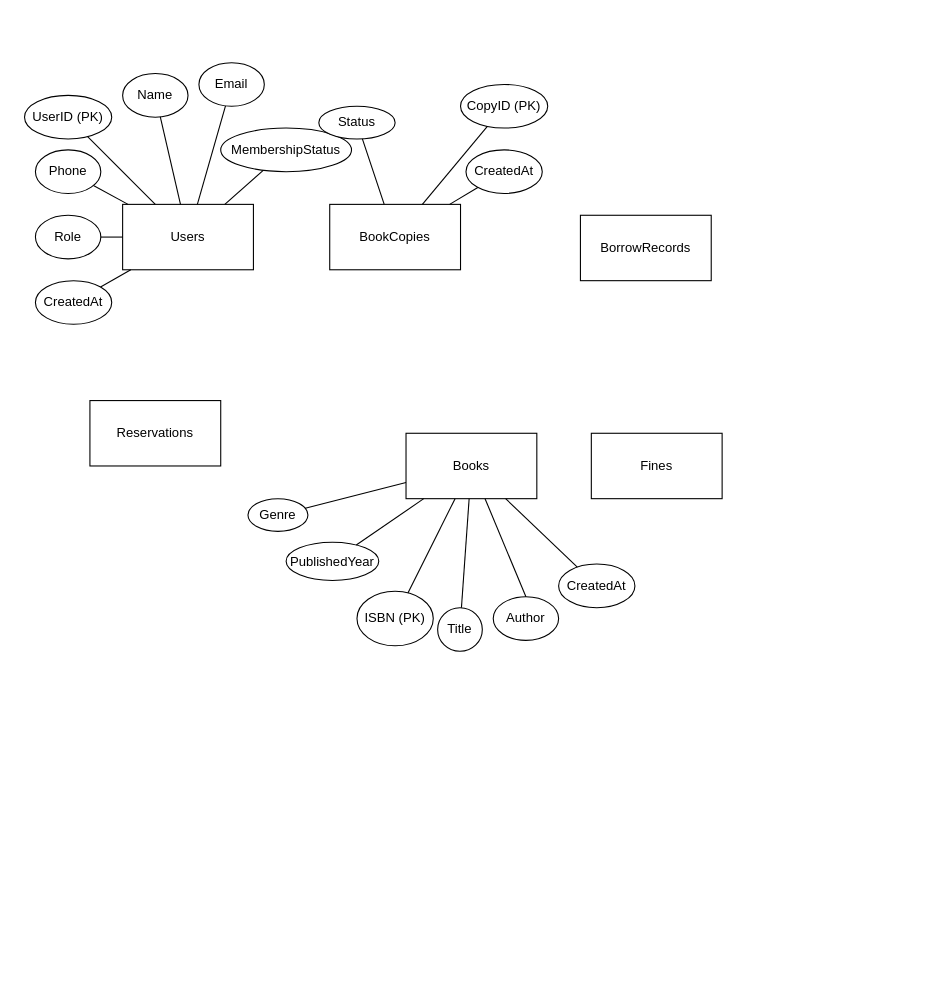
Before: Biểu đồ không có tiêu đề.drawio in nta105/nta105.github.io, a draw.io diagram. Source tidied: cells renumbered, new cells numbered last; positions are measured from the earlier drawing's top-left corner, leaving out a move shared by most shapes. Both pictures are drawn from the tidied source at 109%, with x=0, y=0 at pixel (24, 62).
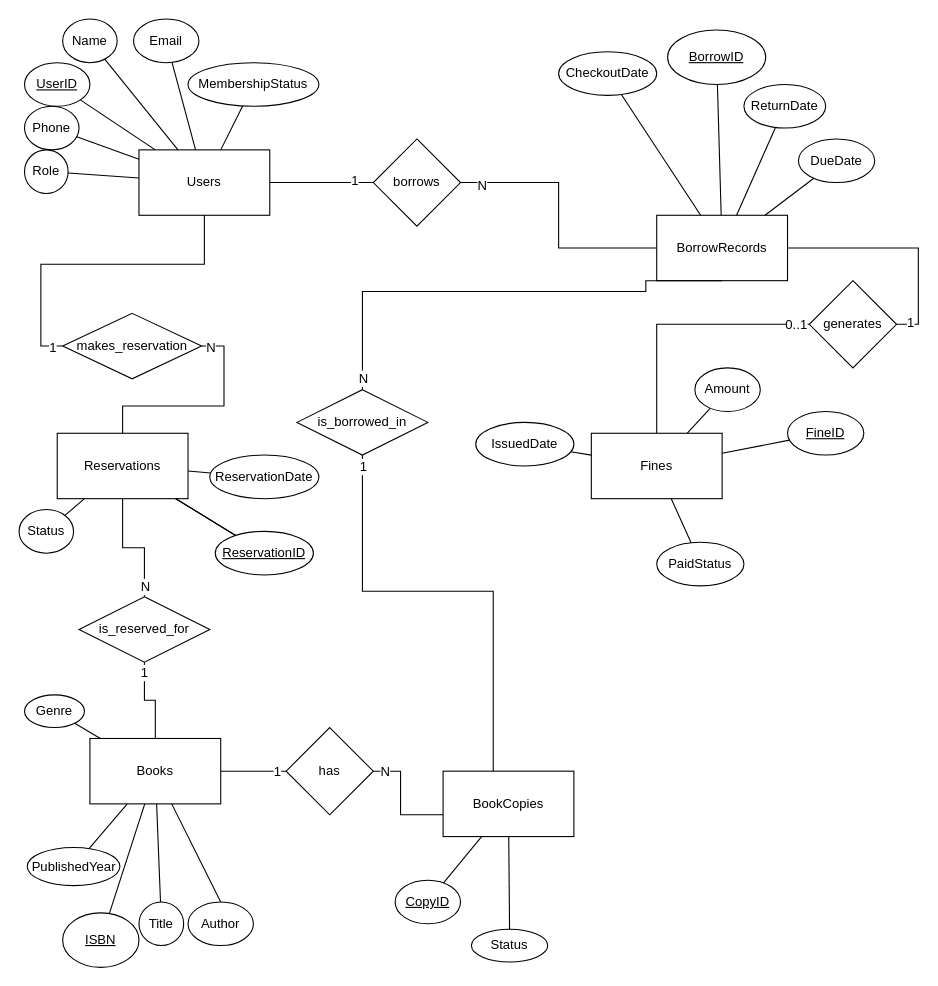
After the change.

Commit message (it also covers changes not shown here):
Cập nhật Biểu đồ không có tiêu đề.drawio

The change refers to these unchanged cells:
```xml
<mxCell id="7" value="Fines" style="rounded=0;whiteSpace=wrap;html=1;" parent="1" vertex="1">
  <mxGeometry x="520" y="340" width="120" height="60" as="geometry" />
</mxCell>
```

Diff of the diagram source:
```diff
@@
+    <mxCell id="40" style="edgeStyle=none;shape=connector;rounded=0;jettySize=auto;html=1;strokeColor=default;align=center;verticalAlign=middle;fontFamily=Helvetica;fontSize=12;fontColor=default;labelBackgroundColor=default;startFill=0;endArrow=none;" parent="1" edge="1" source="2" target="78">
+      <mxGeometry relative="1" as="geometry" />
+    </mxCell>
+    <mxCell id="41" value="1" style="edgeLabel;html=1;align=center;verticalAlign=middle;strokeColor=default;fontFamily=Helvetica;fontSize=12;fontColor=default;fillColor=default;" parent="40" vertex="1">
+      <mxGeometry x="0.62" y="2" relative="1" as="geometry" />
+    </mxCell>
     <mxCell id="2" value="Users" style="rounded=0;whiteSpace=wrap;html=1;" parent="1" vertex="1">
-      <mxGeometry x="90" y="130" width="120" height="60" as="geometry" />
+      <mxGeometry x="105" y="80" width="120" height="60" as="geometry" />
     </mxCell>
+    <mxCell id="42" style="edgeStyle=orthogonalEdgeStyle;shape=connector;rounded=0;jettySize=auto;html=1;strokeColor=default;align=center;verticalAlign=middle;fontFamily=Helvetica;fontSize=12;fontColor=default;labelBackgroundColor=default;startFill=0;endArrow=none;" parent="1" edge="1" source="3" target="75">
+      <mxGeometry relative="1" as="geometry">
+        <Array as="points">
+          <mxPoint x="230" y="650" />
+          <mxPoint x="230" y="650" />
+        </Array>
+      </mxGeometry>
+    </mxCell>
+    <mxCell id="43" value="1" style="edgeLabel;html=1;align=center;verticalAlign=middle;strokeColor=default;fontFamily=Helvetica;fontSize=12;fontColor=default;fillColor=default;" parent="42" vertex="1">
+      <mxGeometry x="0.7" relative="1" as="geometry" />
+    </mxCell>
     <mxCell id="3" value="Books" style="rounded=0;whiteSpace=wrap;html=1;" parent="1" vertex="1">
-      <mxGeometry x="350" y="340" width="120" height="60" as="geometry" />
+      <mxGeometry x="60" y="620" width="120" height="60" as="geometry" />
     </mxCell>
+    <mxCell id="44" style="edgeStyle=orthogonalEdgeStyle;shape=connector;rounded=0;jettySize=auto;html=1;strokeColor=default;align=center;verticalAlign=middle;fontFamily=Helvetica;fontSize=12;fontColor=default;labelBackgroundColor=default;startFill=0;endArrow=none;" parent="1" edge="1" source="4" target="81">
+      <mxGeometry relative="1" as="geometry">
+        <Array as="points">
+          <mxPoint x="430" y="485" />
+          <mxPoint x="310" y="485" />
+        </Array>
+      </mxGeometry>
+    </mxCell>
+    <mxCell id="45" value="1" style="edgeLabel;html=1;align=center;verticalAlign=middle;strokeColor=default;fontFamily=Helvetica;fontSize=12;fontColor=default;fillColor=default;" parent="44" vertex="1">
+      <mxGeometry x="0.95" y="-1" relative="1" as="geometry">
+        <mxPoint x="-1" as="offset" />
+      </mxGeometry>
+    </mxCell>
     <mxCell id="4" value="BookCopies" style="rounded=0;whiteSpace=wrap;html=1;" parent="1" vertex="1">
-      <mxGeometry x="280" y="130" width="120" height="60" as="geometry" />
+      <mxGeometry x="384" y="650" width="120" height="60" as="geometry" />
     </mxCell>
+    <mxCell id="46" style="edgeStyle=orthogonalEdgeStyle;shape=connector;rounded=0;jettySize=auto;html=1;strokeColor=default;align=center;verticalAlign=middle;fontFamily=Helvetica;fontSize=12;fontColor=default;labelBackgroundColor=default;startFill=0;endArrow=none;entryX=1;entryY=0.5;entryDx=0;entryDy=0;" parent="1" edge="1" source="5" target="92">
+      <mxGeometry relative="1" as="geometry">
+        <Array as="points">
+          <mxPoint x="820" y="170" />
+          <mxPoint x="820" y="240" />
+        </Array>
+      </mxGeometry>
+    </mxCell>
+    <mxCell id="47" value="1" style="edgeLabel;html=1;align=center;verticalAlign=middle;strokeColor=default;fontFamily=Helvetica;fontSize=12;fontColor=default;labelBackgroundColor=default;fillColor=default;" parent="46" vertex="1">
+      <mxGeometry x="0.89" y="-2" relative="1" as="geometry" />
+    </mxCell>
     <mxCell id="5" value="BorrowRecords" style="rounded=0;whiteSpace=wrap;html=1;" parent="1" vertex="1">
-      <mxGeometry x="510" y="140" width="120" height="60" as="geometry" />
+      <mxGeometry x="580" y="140" width="120" height="60" as="geometry" />
     </mxCell>
+    <mxCell id="48" style="edgeStyle=orthogonalEdgeStyle;shape=connector;rounded=0;jettySize=auto;html=1;strokeColor=default;align=center;verticalAlign=middle;fontFamily=Helvetica;fontSize=12;fontColor=default;labelBackgroundColor=default;startFill=0;endArrow=none;" parent="1" edge="1" source="6" target="89">
+      <mxGeometry relative="1" as="geometry" />
+    </mxCell>
+    <mxCell id="49" value="N" style="edgeLabel;html=1;align=center;verticalAlign=middle;strokeColor=default;fontFamily=Helvetica;fontSize=12;fontColor=default;labelBackgroundColor=default;fillColor=default;" parent="48" vertex="1">
+      <mxGeometry x="0.49" y="2" relative="1" as="geometry">
+        <mxPoint x="-2" y="18" as="offset" />
+      </mxGeometry>
+    </mxCell>
     <mxCell id="6" value="Reservations" style="rounded=0;whiteSpace=wrap;html=1;" parent="1" vertex="1">
-      <mxGeometry x="60" y="310" width="120" height="60" as="geometry" />
+      <mxGeometry x="30" y="340" width="120" height="60" as="geometry" />
     </mxCell>
@@
-    <mxCell id="8" value="UserID (PK)" style="ellipse;whiteSpace=wrap;html=1;" parent="1" vertex="1">
-      <mxGeometry y="30" width="80" height="40" as="geometry" />
+    <mxCell id="8" value="&lt;u&gt;UserID&lt;/u&gt;" style="ellipse;whiteSpace=wrap;html=1;" parent="1" vertex="1">
+      <mxGeometry width="60" height="40" as="geometry" />
     </mxCell>
     <mxCell id="9" value="Name" style="ellipse;whiteSpace=wrap;html=1;" parent="1" vertex="1">
-      <mxGeometry x="90" y="10" width="60" height="40" as="geometry" />
+      <mxGeometry x="35" y="-40" width="50" height="40" as="geometry" />
     </mxCell>
     <mxCell id="10" value="Email" style="ellipse;whiteSpace=wrap;html=1;" parent="1" vertex="1">
-      <mxGeometry x="160" width="60" height="40" as="geometry" />
+      <mxGeometry x="100" y="-40" width="60" height="40" as="geometry" />
     </mxCell>
     <mxCell id="11" value="Phone" style="ellipse;whiteSpace=wrap;html=1;" parent="1" vertex="1">
-      <mxGeometry x="10" y="80" width="60" height="40" as="geometry" />
+      <mxGeometry y="40" width="50" height="40" as="geometry" />
     </mxCell>
     <mxCell id="12" value="MembershipStatus" style="ellipse;whiteSpace=wrap;html=1;" parent="1" vertex="1">
-      <mxGeometry x="180" y="60" width="120" height="40" as="geometry" />
+      <mxGeometry x="150" width="120" height="40" as="geometry" />
     </mxCell>
     <mxCell id="13" value="Role" style="ellipse;whiteSpace=wrap;html=1;" parent="1" vertex="1">
-      <mxGeometry x="10" y="140" width="60" height="40" as="geometry" />
+      <mxGeometry y="80" width="40" height="40" as="geometry" />
     </mxCell>
-    <mxCell id="14" value="CreatedAt" style="ellipse;whiteSpace=wrap;html=1;" parent="1" vertex="1">
-      <mxGeometry x="10" y="200" width="70" height="40" as="geometry" />
-    </mxCell>
@@
-    <mxCell id="18" style="endArrow=none;html=1;rounded=0;" parent="1" edge="1" source="2" target="14">
-      <mxGeometry relative="1" as="geometry" />
-    </mxCell>
@@
-    <mxCell id="22" value="ISBN (PK)" style="ellipse;whiteSpace=wrap;html=1;" parent="1" vertex="1">
-      <mxGeometry x="305" y="485" width="70" height="50" as="geometry" />
+    <mxCell id="22" value="&lt;u&gt;ISBN&lt;/u&gt;" style="ellipse;whiteSpace=wrap;html=1;" parent="1" vertex="1">
+      <mxGeometry x="35" y="780" width="70" height="50" as="geometry" />
     </mxCell>
@@
     <mxCell id="24" value="Title" style="ellipse;whiteSpace=wrap;html=1;" parent="1" vertex="1">
-      <mxGeometry x="379" y="500" width="41" height="40" as="geometry" />
+      <mxGeometry x="105" y="770" width="41" height="40" as="geometry" />
     </mxCell>
@@
     <mxCell id="26" value="Author" style="ellipse;whiteSpace=wrap;html=1;" parent="1" vertex="1">
-      <mxGeometry x="430" y="490" width="60" height="40" as="geometry" />
+      <mxGeometry x="150" y="770" width="60" height="40" as="geometry" />
     </mxCell>
@@
     <mxCell id="28" value="PublishedYear" style="ellipse;whiteSpace=wrap;html=1;" parent="1" vertex="1">
-      <mxGeometry x="240" y="440" width="85" height="35" as="geometry" />
+      <mxGeometry x="2.5" y="720" width="85" height="35" as="geometry" />
     </mxCell>
@@
     <mxCell id="30" value="Genre" style="ellipse;whiteSpace=wrap;html=1;" parent="1" vertex="1">
-      <mxGeometry x="205" y="400" width="55" height="30" as="geometry" />
+      <mxGeometry y="580" width="55" height="30" as="geometry" />
     </mxCell>
@@
-    <mxCell id="32" value="CreatedAt" style="ellipse;whiteSpace=wrap;html=1;" parent="1" vertex="1">
-      <mxGeometry x="490" y="460" width="70" height="40" as="geometry" />
-    </mxCell>
-    <mxCell id="33" style="endArrow=none;html=1;rounded=0;" parent="1" edge="1" source="32" target="3">
-      <mxGeometry relative="1" as="geometry" />
-    </mxCell>
-    <mxCell id="34" value="CopyID (PK)" style="ellipse;whiteSpace=wrap;html=1;" parent="1" vertex="1">
-      <mxGeometry x="400" y="20" width="80" height="40" as="geometry" />
+    <mxCell id="34" value="&lt;u&gt;CopyID&lt;/u&gt;" style="ellipse;whiteSpace=wrap;html=1;" parent="1" vertex="1">
+      <mxGeometry x="340" y="750" width="60" height="40" as="geometry" />
     </mxCell>
-    <mxCell id="35" style="endArrow=none;html=1;rounded=0;" parent="1" edge="1" source="4" target="34">
+    <mxCell id="35" style="endArrow=none;html=1;rounded=0;verticalAlign=middle;" parent="1" edge="1" source="4" target="34">
       <mxGeometry relative="1" as="geometry" />
     </mxCell>
     <mxCell id="36" value="Status" style="ellipse;whiteSpace=wrap;html=1;" parent="1" vertex="1">
-      <mxGeometry x="270" y="40" width="70" height="30" as="geometry" />
+      <mxGeometry x="410" y="795" width="70" height="30" as="geometry" />
     </mxCell>
@@
-    <mxCell id="38" value="CreatedAt" style="ellipse;whiteSpace=wrap;html=1;" parent="1" vertex="1">
-      <mxGeometry x="405" y="80" width="70" height="40" as="geometry" />
-    </mxCell>
-    <mxCell id="39" style="endArrow=none;html=1;rounded=0;" parent="1" edge="1" source="4" target="38">
-      <mxGeometry relative="1" as="geometry" />
-    </mxCell>
+    <mxCell id="50" style="edgeStyle=none;shape=connector;rounded=0;jettySize=auto;html=1;strokeColor=default;align=center;verticalAlign=middle;fontFamily=Helvetica;fontSize=12;fontColor=default;labelBackgroundColor=default;startFill=0;endArrow=none;" parent="1" edge="1" source="51" target="5">
+      <mxGeometry relative="1" as="geometry" />
+    </mxCell>
+    <mxCell id="51" value="&lt;u&gt;BorrowID&lt;/u&gt;" style="ellipse;whiteSpace=wrap;html=1;" parent="1" vertex="1">
+      <mxGeometry x="590" y="-30" width="90" height="50" as="geometry" />
+    </mxCell>
+    <mxCell id="52" style="edgeStyle=none;shape=connector;rounded=0;jettySize=auto;html=1;strokeColor=default;align=center;verticalAlign=middle;fontFamily=Helvetica;fontSize=12;fontColor=default;labelBackgroundColor=default;startFill=0;endArrow=none;" parent="1" edge="1" source="53" target="5">
+      <mxGeometry relative="1" as="geometry" />
+    </mxCell>
+    <mxCell id="53" value="CheckoutDate" style="ellipse;whiteSpace=wrap;html=1;" parent="1" vertex="1">
+      <mxGeometry x="490" y="-10" width="90" height="40" as="geometry" />
+    </mxCell>
+    <mxCell id="54" style="edgeStyle=none;shape=connector;rounded=0;jettySize=auto;html=1;strokeColor=default;align=center;verticalAlign=middle;fontFamily=Helvetica;fontSize=12;fontColor=default;labelBackgroundColor=default;startFill=0;endArrow=none;" parent="1" edge="1" source="55" target="5">
+      <mxGeometry relative="1" as="geometry" />
+    </mxCell>
+    <mxCell id="55" value="DueDate" style="ellipse;whiteSpace=wrap;html=1;" parent="1" vertex="1">
+      <mxGeometry x="710" y="70" width="70" height="40" as="geometry" />
+    </mxCell>
+    <mxCell id="56" style="edgeStyle=none;shape=connector;rounded=0;jettySize=auto;html=1;strokeColor=default;align=center;verticalAlign=middle;fontFamily=Helvetica;fontSize=12;fontColor=default;labelBackgroundColor=default;startFill=0;endArrow=none;" parent="1" edge="1" source="57" target="5">
+      <mxGeometry relative="1" as="geometry" />
+    </mxCell>
+    <mxCell id="57" value="ReturnDate" style="ellipse;whiteSpace=wrap;html=1;" parent="1" vertex="1">
+      <mxGeometry x="660" y="20" width="75" height="40" as="geometry" />
+    </mxCell>
+    <mxCell id="58" style="rounded=0;jettySize=auto;html=1;endArrow=none;startFill=0;" parent="1" edge="1" source="60" target="6">
+      <mxGeometry relative="1" as="geometry" />
+    </mxCell>
+    <mxCell id="59" style="edgeStyle=none;shape=connector;rounded=0;jettySize=auto;html=1;strokeColor=default;align=center;verticalAlign=middle;fontFamily=Helvetica;fontSize=12;fontColor=default;labelBackgroundColor=default;startFill=0;endArrow=none;" parent="1" edge="1" source="60" target="6">
+      <mxGeometry relative="1" as="geometry" />
+    </mxCell>
+    <mxCell id="60" value="&lt;u&gt;ReservationID&lt;/u&gt;" style="ellipse;whiteSpace=wrap;html=1;" parent="1" vertex="1">
+      <mxGeometry x="175" y="430" width="90" height="40" as="geometry" />
+    </mxCell>
+    <mxCell id="61" style="rounded=0;jettySize=auto;html=1;endArrow=none;startFill=0;" parent="1" edge="1" source="62" target="6">
+      <mxGeometry relative="1" as="geometry" />
+    </mxCell>
+    <mxCell id="62" value="ReservationDate" style="ellipse;whiteSpace=wrap;html=1;" parent="1" vertex="1">
+      <mxGeometry x="170" y="360" width="100" height="40" as="geometry" />
+    </mxCell>
+    <mxCell id="63" style="rounded=0;jettySize=auto;html=1;endArrow=none;startFill=0;" parent="1" edge="1" source="64" target="6">
+      <mxGeometry relative="1" as="geometry" />
+    </mxCell>
+    <mxCell id="64" value="Status" style="ellipse;whiteSpace=wrap;html=1;" parent="1" vertex="1">
+      <mxGeometry x="-5" y="410" width="50" height="40" as="geometry" />
+    </mxCell>
+    <mxCell id="65" style="rounded=0;jettySize=auto;html=1;endArrow=none;startFill=0;" parent="1" edge="1" source="66" target="7">
+      <mxGeometry relative="1" as="geometry" />
+    </mxCell>
+    <mxCell id="66" value="&lt;u&gt;FineID&lt;/u&gt;" style="ellipse;whiteSpace=wrap;html=1;" parent="1" vertex="1">
+      <mxGeometry x="700" y="320" width="70" height="40" as="geometry" />
+    </mxCell>
+    <mxCell id="67" style="edgeStyle=none;shape=connector;rounded=0;jettySize=auto;html=1;strokeColor=default;align=center;verticalAlign=middle;fontFamily=Helvetica;fontSize=12;fontColor=default;labelBackgroundColor=default;startFill=0;endArrow=none;" parent="1" edge="1" source="68" target="7">
+      <mxGeometry relative="1" as="geometry" />
+    </mxCell>
+    <mxCell id="68" value="Amount" style="ellipse;whiteSpace=wrap;html=1;strokeColor=default;align=center;verticalAlign=middle;fontFamily=Helvetica;fontSize=12;fontColor=default;fillColor=default;" parent="1" vertex="1">
+      <mxGeometry x="615" y="280" width="60" height="40" as="geometry" />
+    </mxCell>
+    <mxCell id="69" style="edgeStyle=none;shape=connector;rounded=0;jettySize=auto;html=1;strokeColor=default;align=center;verticalAlign=middle;fontFamily=Helvetica;fontSize=12;fontColor=default;labelBackgroundColor=default;startFill=0;endArrow=none;" parent="1" edge="1" source="70" target="7">
+      <mxGeometry relative="1" as="geometry" />
+    </mxCell>
+    <mxCell id="70" value="IssuedDate" style="ellipse;whiteSpace=wrap;html=1;strokeColor=default;align=center;verticalAlign=middle;fontFamily=Helvetica;fontSize=12;fontColor=default;fillColor=default;" parent="1" vertex="1">
+      <mxGeometry x="414" y="330" width="90" height="40" as="geometry" />
+    </mxCell>
+    <mxCell id="71" style="edgeStyle=none;shape=connector;rounded=0;jettySize=auto;html=1;strokeColor=default;align=center;verticalAlign=middle;fontFamily=Helvetica;fontSize=12;fontColor=default;labelBackgroundColor=default;startFill=0;endArrow=none;" parent="1" edge="1" source="72" target="7">
+      <mxGeometry relative="1" as="geometry" />
+    </mxCell>
+    <mxCell id="72" value="PaidStatus" style="ellipse;whiteSpace=wrap;html=1;strokeColor=default;align=center;verticalAlign=middle;fontFamily=Helvetica;fontSize=12;fontColor=default;fillColor=default;" parent="1" vertex="1">
+      <mxGeometry x="580" y="440" width="80" height="40" as="geometry" />
+    </mxCell>
+    <mxCell id="73" style="edgeStyle=orthogonalEdgeStyle;shape=connector;rounded=0;jettySize=auto;html=1;strokeColor=default;align=center;verticalAlign=middle;fontFamily=Helvetica;fontSize=12;fontColor=default;labelBackgroundColor=default;startFill=0;endArrow=none;" parent="1" edge="1" source="75" target="4">
+      <mxGeometry relative="1" as="geometry">
+        <Array as="points">
+          <mxPoint x="345" y="650" />
+          <mxPoint x="345" y="690" />
+          <mxPoint x="490" y="690" />
+        </Array>
+      </mxGeometry>
+    </mxCell>
+    <mxCell id="74" value="N" style="edgeLabel;html=1;align=center;verticalAlign=middle;strokeColor=default;fontFamily=Helvetica;fontSize=12;fontColor=default;fillColor=default;" parent="73" vertex="1">
+      <mxGeometry x="-0.8" relative="1" as="geometry" />
+    </mxCell>
+    <mxCell id="75" value="has" style="rhombus;whiteSpace=wrap;html=1;rounded=0;" parent="1" vertex="1">
+      <mxGeometry x="240" y="610" width="80" height="80" as="geometry" />
+    </mxCell>
+    <mxCell id="76" style="edgeStyle=orthogonalEdgeStyle;shape=connector;rounded=0;jettySize=auto;html=1;strokeColor=default;align=center;verticalAlign=middle;fontFamily=Helvetica;fontSize=12;fontColor=default;labelBackgroundColor=default;startFill=0;endArrow=none;exitX=1;exitY=0.5;exitDx=0;exitDy=0;" parent="1" edge="1" source="78" target="5">
+      <mxGeometry relative="1" as="geometry" />
+    </mxCell>
+    <mxCell id="77" value="N" style="edgeLabel;html=1;align=center;verticalAlign=middle;strokeColor=default;fontFamily=Helvetica;fontSize=12;fontColor=default;fillColor=default;" parent="76" vertex="1">
+      <mxGeometry x="-0.84" y="-2" relative="1" as="geometry" />
+    </mxCell>
+    <mxCell id="78" value="borrows" style="rhombus;whiteSpace=wrap;html=1;rounded=0;" parent="1" vertex="1">
+      <mxGeometry x="320" y="70" width="80" height="80" as="geometry" />
+    </mxCell>
+    <mxCell id="79" style="edgeStyle=orthogonalEdgeStyle;shape=connector;rounded=0;jettySize=auto;html=1;strokeColor=default;align=center;verticalAlign=middle;fontFamily=Helvetica;fontSize=12;fontColor=default;labelBackgroundColor=default;startFill=0;endArrow=none;exitX=0.5;exitY=0;exitDx=0;exitDy=0;entryX=0.5;entryY=1;entryDx=0;entryDy=0;" parent="1" edge="1" source="81" target="5">
+      <mxGeometry relative="1" as="geometry">
+        <Array as="points">
+          <mxPoint x="310" y="210" />
+          <mxPoint x="570" y="210" />
+          <mxPoint x="570" y="200" />
+        </Array>
+      </mxGeometry>
+    </mxCell>
+    <mxCell id="80" value="N" style="edgeLabel;html=1;align=center;verticalAlign=middle;strokeColor=default;fontFamily=Helvetica;fontSize=12;fontColor=default;fillColor=default;" parent="79" vertex="1">
+      <mxGeometry x="-0.92" y="-2" relative="1" as="geometry">
+        <mxPoint x="-2" y="6" as="offset" />
+      </mxGeometry>
+    </mxCell>
+    <mxCell id="81" value="is_borrowed_in" style="rhombus;whiteSpace=wrap;html=1;rounded=0;" parent="1" vertex="1">
+      <mxGeometry x="250" y="300" width="120" height="60" as="geometry" />
+    </mxCell>
+    <mxCell id="82" style="edgeStyle=orthogonalEdgeStyle;shape=connector;rounded=0;jettySize=auto;html=1;strokeColor=default;align=center;verticalAlign=middle;fontFamily=Helvetica;fontSize=12;fontColor=default;labelBackgroundColor=default;startFill=0;endArrow=none;elbow=vertical;exitX=1;exitY=0.5;exitDx=0;exitDy=0;" parent="1" edge="1" source="86" target="6">
+      <mxGeometry relative="1" as="geometry">
+        <Array as="points">
+          <mxPoint x="183" y="260" />
+          <mxPoint x="183" y="315" />
+          <mxPoint x="90" y="315" />
+        </Array>
+      </mxGeometry>
+    </mxCell>
+    <mxCell id="83" value="N" style="edgeLabel;html=1;align=center;verticalAlign=bottom;strokeColor=default;fontFamily=Helvetica;fontSize=12;fontColor=default;fillColor=default;" parent="82" vertex="1">
+      <mxGeometry x="-0.74" y="-2" relative="1" as="geometry">
+        <mxPoint x="-11" y="5" as="offset" />
+      </mxGeometry>
+    </mxCell>
+    <mxCell id="84" style="edgeStyle=orthogonalEdgeStyle;shape=connector;rounded=0;jettySize=auto;html=1;strokeColor=default;align=center;verticalAlign=middle;fontFamily=Helvetica;fontSize=12;fontColor=default;labelBackgroundColor=default;startFill=0;endArrow=none;exitX=0;exitY=0.5;exitDx=0;exitDy=0;shadow=0;flowAnimation=0;horizontal=1;" parent="1" edge="1" source="86" target="2">
+      <mxGeometry relative="1" as="geometry" />
+    </mxCell>
+    <mxCell id="85" value="1" style="edgeLabel;html=1;align=center;verticalAlign=bottom;strokeColor=default;fontFamily=Helvetica;fontSize=12;fontColor=default;fillColor=default;" parent="84" vertex="1">
+      <mxGeometry x="-0.75" y="-1" relative="1" as="geometry">
+        <mxPoint x="9" y="26" as="offset" />
+      </mxGeometry>
+    </mxCell>
+    <mxCell id="86" value="makes_reservation" style="rhombus;whiteSpace=wrap;html=1;rounded=0;" parent="1" vertex="1">
+      <mxGeometry x="35" y="230" width="127.5" height="60" as="geometry" />
+    </mxCell>
+    <mxCell id="87" style="edgeStyle=orthogonalEdgeStyle;shape=connector;rounded=0;jettySize=auto;html=1;strokeColor=default;align=center;verticalAlign=middle;fontFamily=Helvetica;fontSize=12;fontColor=default;labelBackgroundColor=default;startFill=0;endArrow=none;" parent="1" edge="1" source="89" target="3">
+      <mxGeometry relative="1" as="geometry" />
+    </mxCell>
+    <mxCell id="88" value="1" style="edgeLabel;html=1;align=center;verticalAlign=middle;strokeColor=default;fontFamily=Helvetica;fontSize=12;fontColor=default;labelBackgroundColor=default;fillColor=default;" parent="87" vertex="1">
+      <mxGeometry x="-0.78" y="-1" relative="1" as="geometry" />
+    </mxCell>
+    <mxCell id="89" value="is_reserved_for" style="rhombus;whiteSpace=wrap;html=1;rounded=0;" parent="1" vertex="1">
+      <mxGeometry x="50" y="490" width="120" height="60" as="geometry" />
+    </mxCell>
+    <mxCell id="90" style="edgeStyle=orthogonalEdgeStyle;shape=connector;rounded=0;jettySize=auto;html=1;strokeColor=default;align=center;verticalAlign=middle;fontFamily=Helvetica;fontSize=12;fontColor=default;labelBackgroundColor=default;startFill=0;endArrow=none;" parent="1" edge="1" source="92" target="7">
+      <mxGeometry relative="1" as="geometry" />
+    </mxCell>
+    <mxCell id="91" value="0..1" style="edgeLabel;html=1;align=center;verticalAlign=middle;strokeColor=default;fontFamily=Helvetica;fontSize=12;fontColor=default;labelBackgroundColor=default;fillColor=default;" parent="90" vertex="1">
+      <mxGeometry x="-0.89" relative="1" as="geometry" />
+    </mxCell>
+    <mxCell id="92" value="generates" style="rhombus;whiteSpace=wrap;html=1;rounded=0;" parent="1" vertex="1">
+      <mxGeometry x="720" y="200" width="80" height="80" as="geometry" />
+    </mxCell>
```
